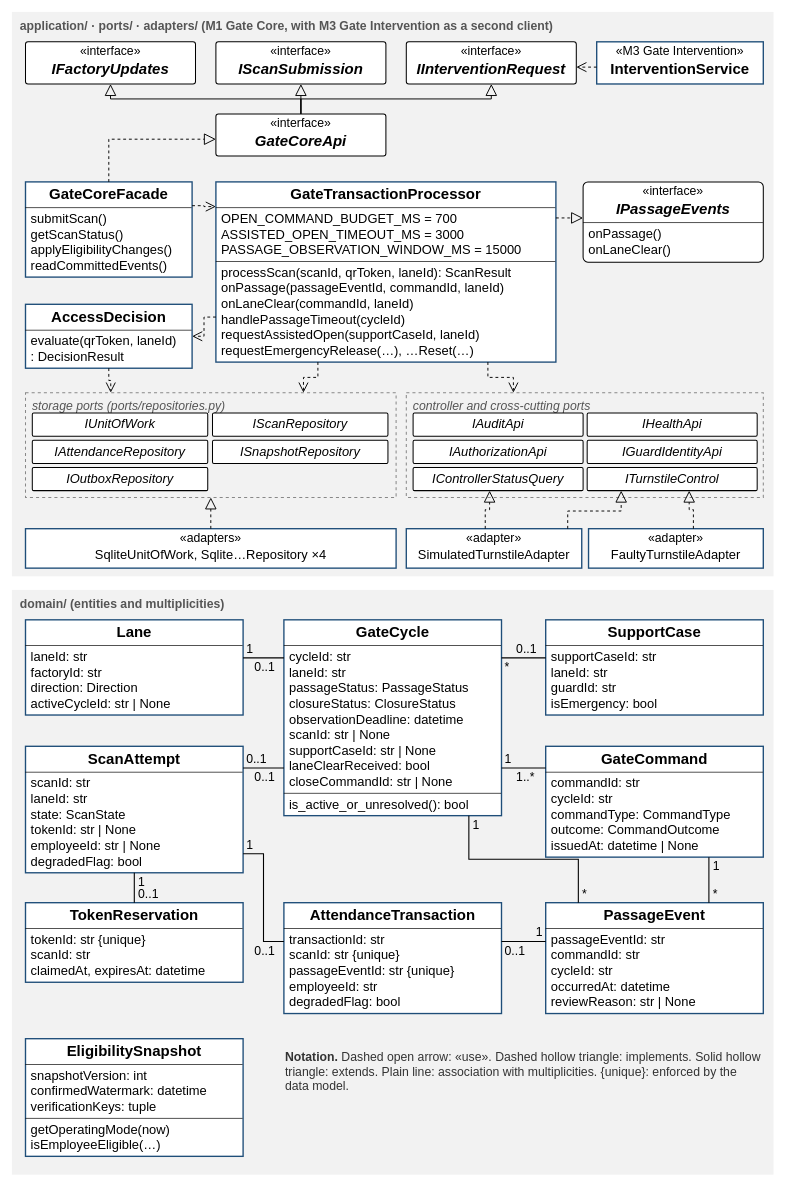
Above: report/diagram/class/figure-4-18-gate-core-classes.drawio in Khoavan1406-hub/tmc-qr-attendance-cc01-group1 (draw.io), before the change. Source tidied: cells renumbered, new cells numbered last; positions are measured from the earlier drawing's top-left corner, leaving out a move shared by most shapes. Both pictures are drawn from the tidied source at 68%, with x=0, y=0 at pixel (12, 12).
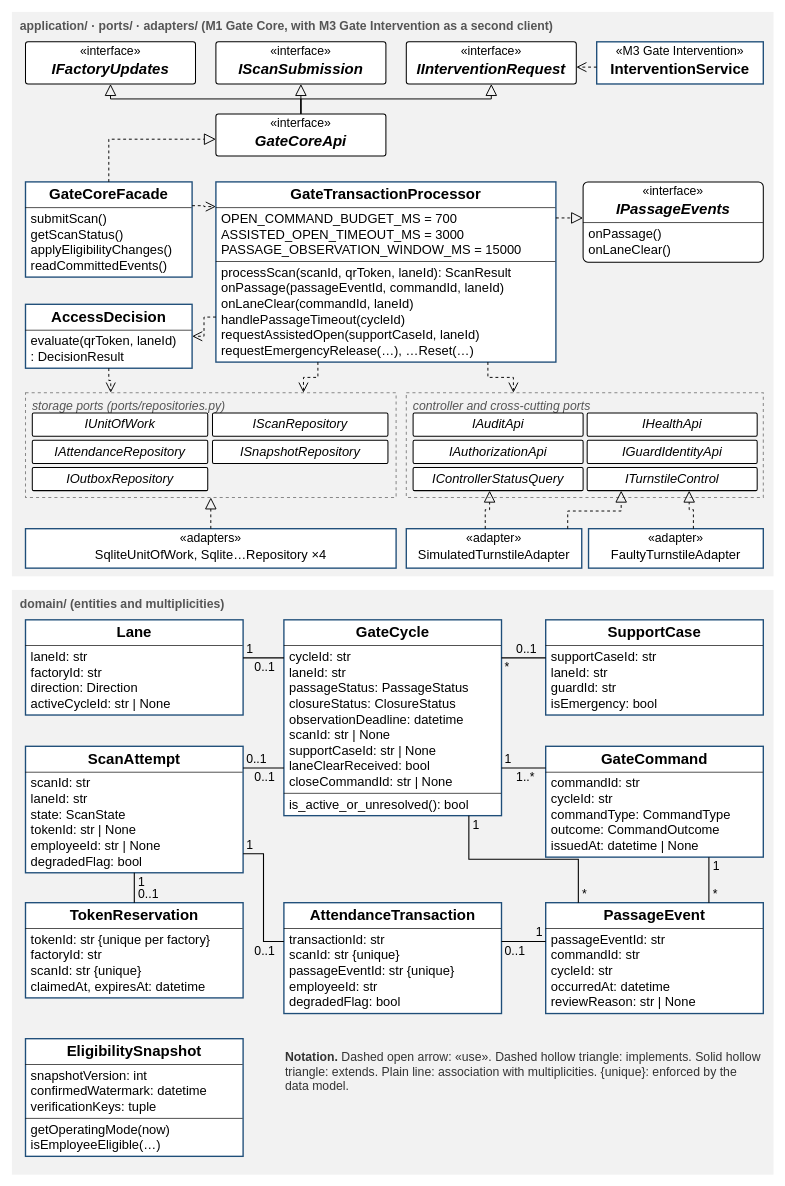
After the change.

What changed in the source:
```diff
@@
-    <mxCell id="53" value="&lt;div style=&quot;text-align:center;font-size:22px;font-weight:bold;padding:6px 4px 6px 4px&quot;&gt;TokenReservation&lt;/div&gt;&lt;div style=&quot;border-top:1px solid #000;font-size:19px;line-height:23px;padding:4px 8px 5px 8px;text-align:left&quot;&gt;tokenId: str  {unique}&lt;br&gt;scanId: str&lt;br&gt;claimedAt, expiresAt: datetime&lt;/div&gt;" style="rounded=0;fillColor=#ffffff;strokeColor=#1f4e79;strokeWidth=2;fontColor=#000000;verticalAlign=top;align=left;spacing=0;overflow=fill;html=1;whiteSpace=wrap;fontFamily=Helvetica;" parent="1" vertex="1">
-      <mxGeometry x="20" y="1310" width="320" height="117" as="geometry" />
+    <mxCell id="53" value="&lt;div style=&quot;text-align:center;font-size:22px;font-weight:bold;padding:6px 4px 6px 4px&quot;&gt;TokenReservation&lt;/div&gt;&lt;div style=&quot;border-top:1px solid #000;font-size:19px;line-height:23px;padding:4px 8px 5px 8px;text-align:left&quot;&gt;tokenId: str  {unique per factory}&lt;br&gt;factoryId: str&lt;br&gt;scanId: str  {unique}&lt;br&gt;claimedAt, expiresAt: datetime&lt;/div&gt;" style="rounded=0;fillColor=#ffffff;strokeColor=#1f4e79;strokeWidth=2;fontColor=#000000;verticalAlign=top;align=left;spacing=0;overflow=fill;html=1;whiteSpace=wrap;fontFamily=Helvetica;" parent="1" vertex="1">
+      <mxGeometry x="20" y="1310" width="320" height="140" as="geometry" />
     </mxCell>
```
